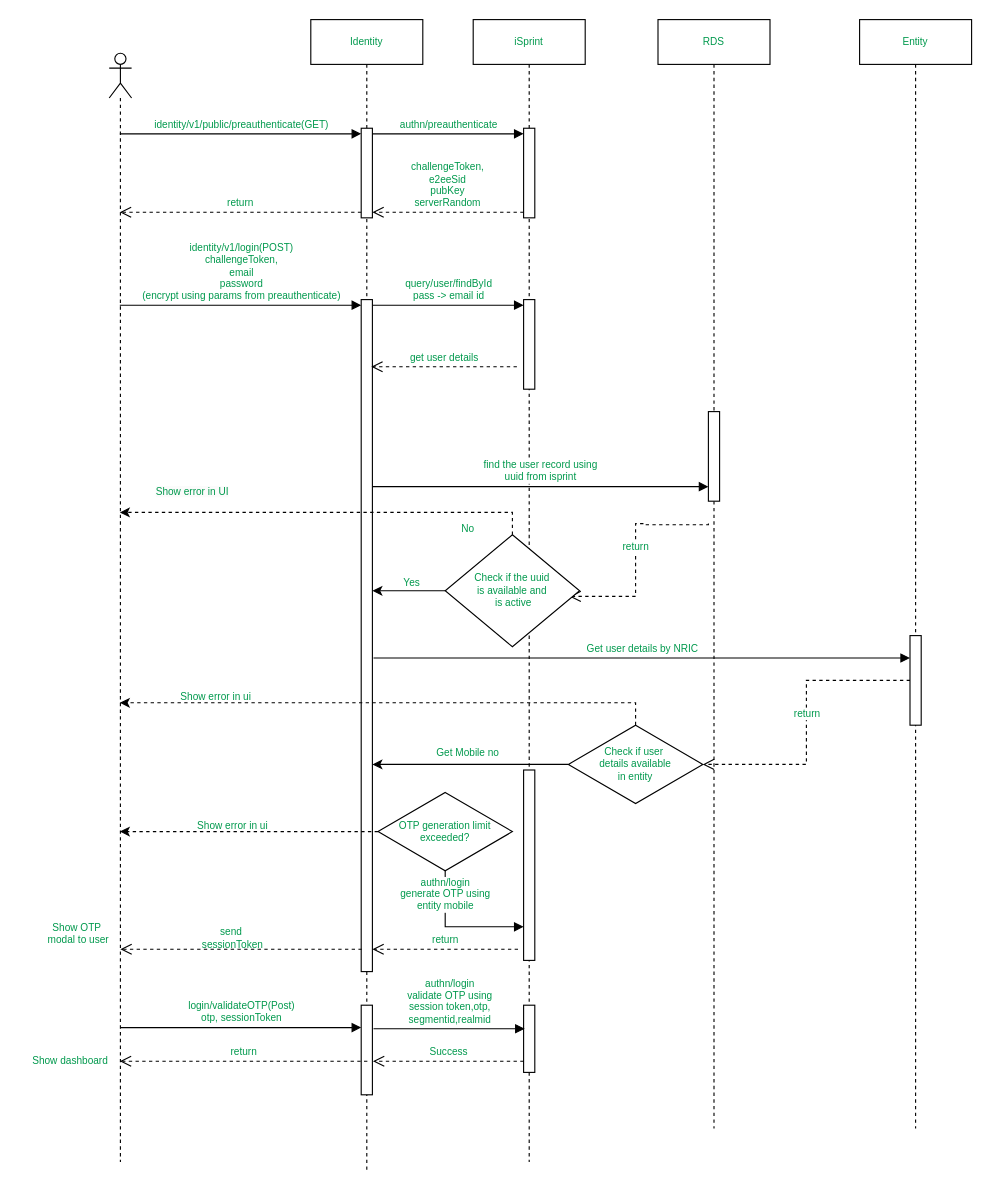
This is Untitled Diagram.drawio from ajeeshraj56/drawio, a draw.io file, before an edit. Source tidied: cells renumbered, new cells numbered last; positions are measured from the earlier drawing's top-left corner, leaving out a move shared by most shapes. Both pictures are drawn from the tidied source at 112%, with x=0, y=0 at pixel (19, 19).
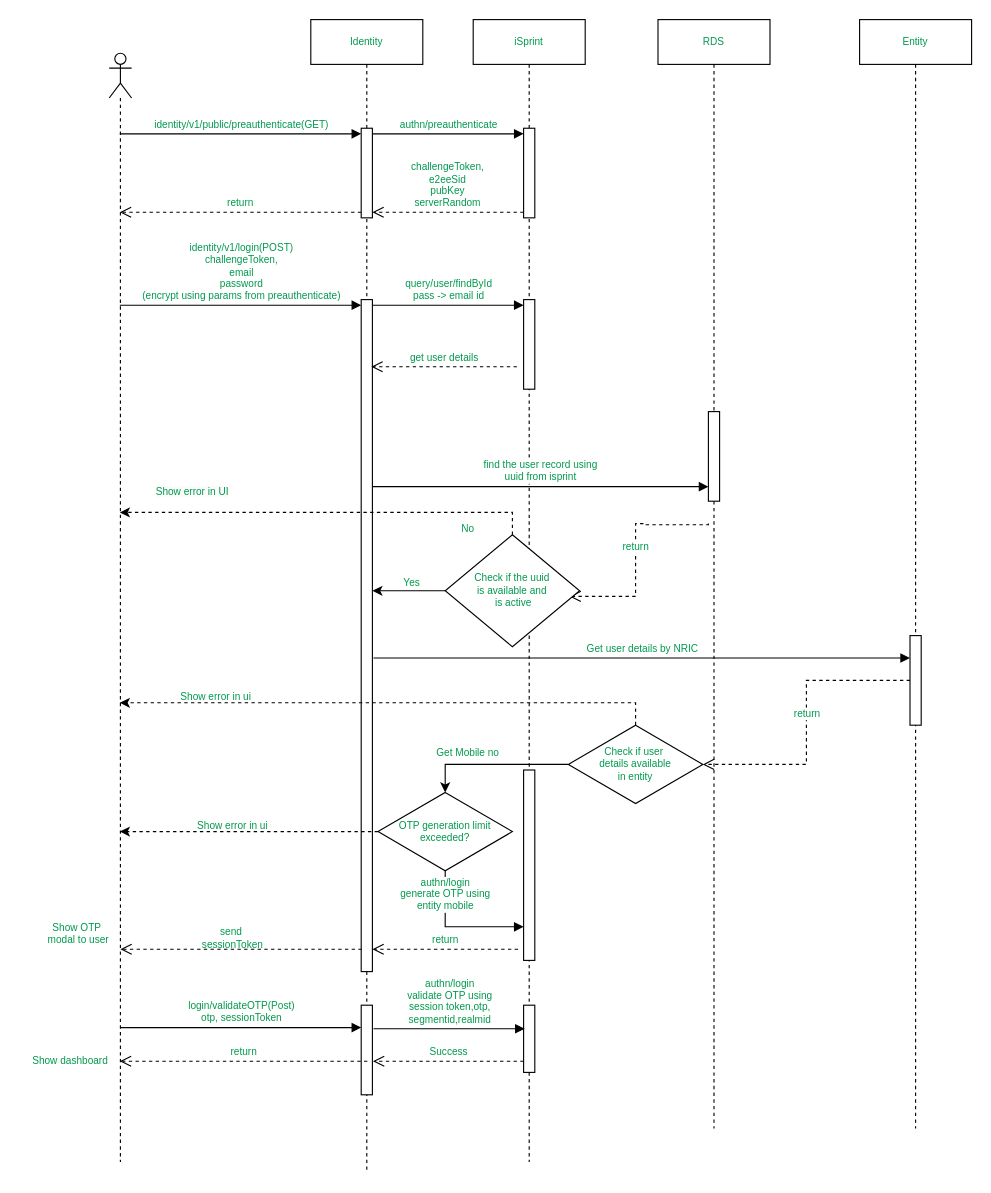
Above is the later version.

The change refers to these unchanged cells:
```xml
<mxCell id="5" style="html=1;points=[[0,0,0,0,5],[0,1,0,0,-5],[1,0,0,0,5],[1,1,0,0,-5]];perimeter=orthogonalPerimeter;outlineConnect=0;targetShapes=umlLifeline;portConstraint=eastwest;newEdgeStyle={&quot;curved&quot;:0,&quot;rounded&quot;:0};fontColor=#00994D;fontSize=9;" parent="3" vertex="1">
  <mxGeometry x="45" y="250" width="10" height="600" as="geometry" />
</mxCell>
<mxCell id="33" value="&lt;font style=&quot;font-size: 9px;&quot;&gt;Check if user&amp;nbsp;&lt;br style=&quot;font-size: 9px;&quot;&gt;details available&lt;br style=&quot;font-size: 9px;&quot;&gt;in entity&lt;br style=&quot;font-size: 9px;&quot;&gt;&lt;/font&gt;" style="rhombus;whiteSpace=wrap;html=1;fontColor=#00994D;fontSize=9;" parent="1" vertex="1">
  <mxGeometry x="490" y="630" width="120" height="70" as="geometry" />
</mxCell>
<mxCell id="47" value="&lt;font style=&quot;font-size: 9px;&quot;&gt;OTP generation limit exceeded?&lt;br style=&quot;font-size: 9px;&quot;&gt;&lt;/font&gt;" style="rhombus;whiteSpace=wrap;html=1;fontColor=#00994D;fontSize=9;" parent="1" vertex="1">
  <mxGeometry x="320" y="690" width="120" height="70" as="geometry" />
</mxCell>
```

What changed in the source:
```diff
@@
-    <mxCell id="32" style="rounded=0;jettySize=auto;html=1;exitX=0;exitY=0.5;exitDx=0;exitDy=0;fontColor=#00994D;fontSize=9;" parent="1" edge="1" source="33" target="5">
+    <mxCell id="32" style="rounded=0;jettySize=auto;html=1;exitX=0;exitY=0.5;exitDx=0;exitDy=0;fontColor=#00994D;fontSize=9;entryX=0.5;entryY=0;entryDx=0;entryDy=0;edgeStyle=orthogonalEdgeStyle;" parent="1" edge="1" source="33" target="47">
       <mxGeometry relative="1" as="geometry" />
     </mxCell>
```
